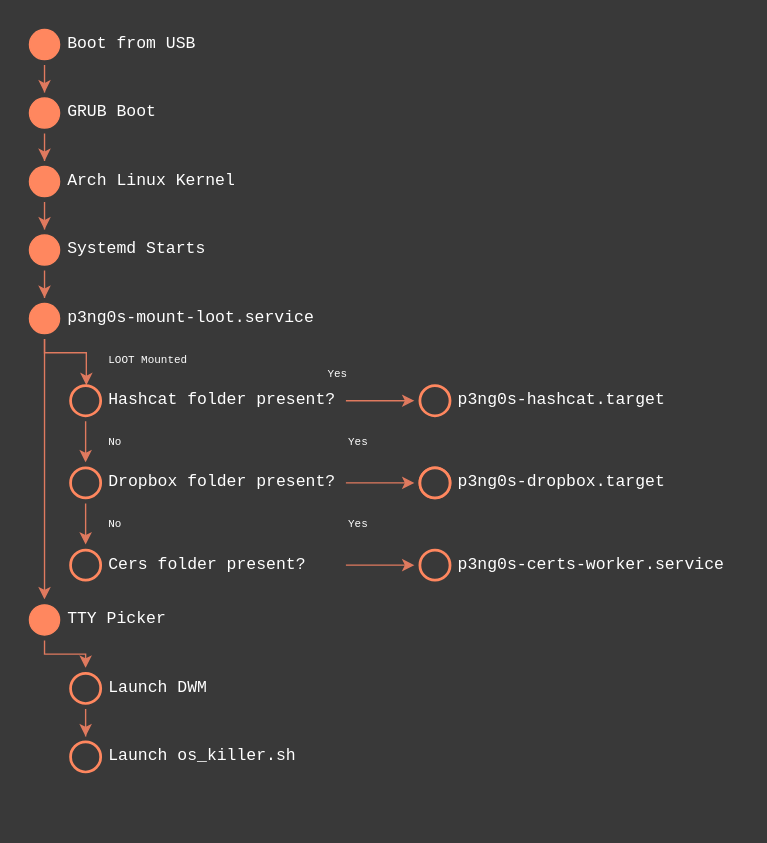
p3ng0s/.github keeps this draw.io diagram as systemd.drawio. Above is the earlier version. Source tidied: cells renumbered, new cells numbered last; positions are measured from the earlier drawing's top-left corner, leaving out a move shared by most shapes. Both pictures are drawn from the tidied source at 137%, with x=0, y=0 at pixel (23, 23).
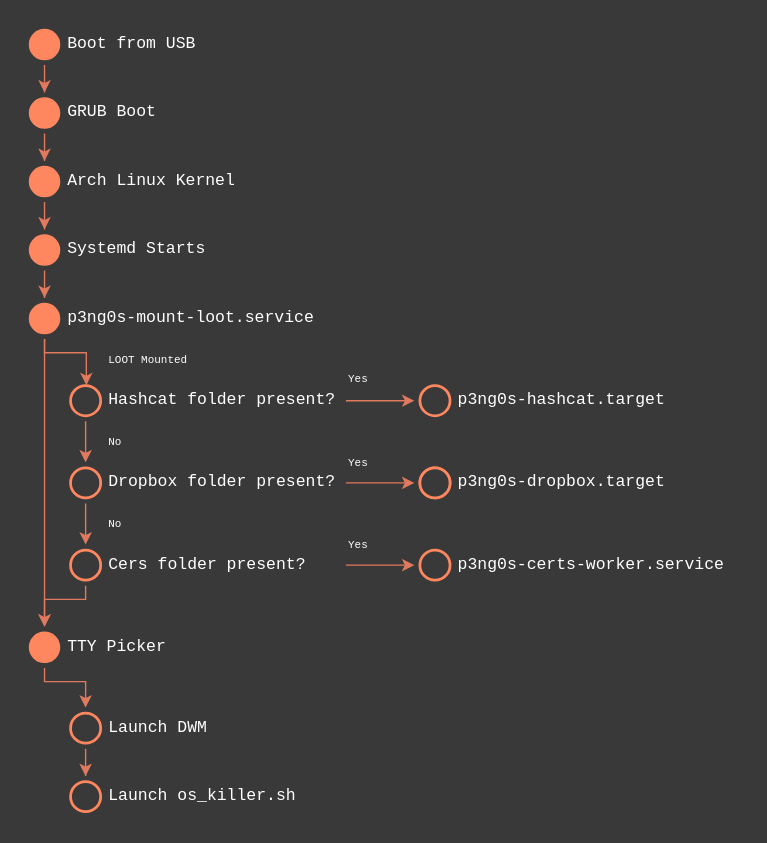
After the change.

Commit message (it also covers changes not shown here):
better diagram

Unchanged cells that the change refers to:
```xml
<mxCell id="32" style="ellipse;html=1;shape=startState;fillColor=light-dark(#393939,#B95230);strokeColor=#FF875F;strokeWidth=2;" parent="1" vertex="1">
  <mxGeometry x="30" y="380" width="30" height="30" as="geometry" />
</mxCell>
```

Change to the diagram source:
```diff
@@
     <mxCell id="24" value="Yes" style="text;html=1;whiteSpace=wrap;strokeColor=none;fillColor=none;align=left;verticalAlign=middle;rounded=0;fontFamily=Courier New;fontSize=8;fontColor=#FFFFFF;" parent="1" vertex="1">
-      <mxGeometry x="220" y="240" width="175" height="30" as="geometry" />
+      <mxGeometry x="235" y="244" width="175" height="30" as="geometry" />
     </mxCell>
@@
+    <mxCell id="50" style="edgeStyle=orthogonalEdgeStyle;rounded=0;jettySize=auto;html=1;entryX=0.5;entryY=0;entryDx=0;entryDy=0;strokeColor=#E07A5F;fontColor=#393C56;fillColor=#F2CC8F;" parent="1" edge="1" source="32" target="43">
+      <mxGeometry relative="1" as="geometry">
+        <Array as="points">
+          <mxPoint x="45" y="420" />
+          <mxPoint x="15" y="420" />
+        </Array>
+      </mxGeometry>
+    </mxCell>
@@
     <mxCell id="34" value="Yes" style="text;html=1;whiteSpace=wrap;strokeColor=none;fillColor=none;align=left;verticalAlign=middle;rounded=0;fontFamily=Courier New;fontSize=8;fontColor=#FFFFFF;" parent="1" vertex="1">
-      <mxGeometry x="235" y="290" width="175" height="30" as="geometry" />
+      <mxGeometry x="235" y="305" width="175" height="30" as="geometry" />
     </mxCell>
@@
     <mxCell id="40" value="Yes" style="text;html=1;whiteSpace=wrap;strokeColor=none;fillColor=none;align=left;verticalAlign=middle;rounded=0;fontFamily=Courier New;fontSize=8;fontColor=#FFFFFF;" parent="1" vertex="1">
-      <mxGeometry x="235" y="350" width="175" height="30" as="geometry" />
+      <mxGeometry x="235" y="365" width="175" height="30" as="geometry" />
     </mxCell>
@@
     <mxCell id="42" style="edgeStyle=orthogonalEdgeStyle;rounded=0;jettySize=auto;html=1;entryX=0.5;entryY=0;entryDx=0;entryDy=0;strokeColor=#E07A5F;fontColor=#393C56;fillColor=#F2CC8F;" parent="1" edge="1" source="43" target="46">
       <mxGeometry relative="1" as="geometry">
         <Array as="points">
-          <mxPoint x="15" y="460" />
-          <mxPoint x="45" y="460" />
+          <mxPoint x="15" y="480" />
+          <mxPoint x="45" y="480" />
         </Array>
       </mxGeometry>
     </mxCell>
     <mxCell id="43" style="ellipse;html=1;shape=startState;fillColor=#FF875F;strokeColor=#FF875F;" parent="1" vertex="1">
-      <mxGeometry y="420" width="30" height="30" as="geometry" />
+      <mxGeometry y="440" width="30" height="30" as="geometry" />
     </mxCell>
     <mxCell id="44" value="TTY Picker" style="text;html=1;whiteSpace=wrap;strokeColor=none;fillColor=none;align=left;verticalAlign=middle;rounded=0;fontFamily=Courier New;fontColor=#FFFFFF;" parent="1" vertex="1">
-      <mxGeometry x="30" y="420" width="220" height="30" as="geometry" />
+      <mxGeometry x="30" y="440" width="220" height="30" as="geometry" />
     </mxCell>
@@
     <mxCell id="46" style="ellipse;html=1;shape=startState;fillColor=light-dark(#393939,#B95230);strokeColor=#FF875F;strokeWidth=2;" parent="1" vertex="1">
-      <mxGeometry x="30" y="470" width="30" height="30" as="geometry" />
+      <mxGeometry x="30" y="499" width="30" height="30" as="geometry" />
     </mxCell>
     <mxCell id="47" style="ellipse;html=1;shape=startState;fillColor=light-dark(#393939,#B95230);strokeColor=#FF875F;strokeWidth=2;" parent="1" vertex="1">
-      <mxGeometry x="30" y="520" width="30" height="30" as="geometry" />
+      <mxGeometry x="30" y="549" width="30" height="30" as="geometry" />
     </mxCell>
     <mxCell id="48" value="Launch DWM" style="text;html=1;whiteSpace=wrap;strokeColor=none;fillColor=none;align=left;verticalAlign=middle;rounded=0;fontFamily=Courier New;fontColor=#FFFFFF;" parent="1" vertex="1">
-      <mxGeometry x="60" y="470" width="175" height="30" as="geometry" />
+      <mxGeometry x="60" y="499" width="175" height="30" as="geometry" />
     </mxCell>
     <mxCell id="49" value="Launch os_killer.sh" style="text;html=1;whiteSpace=wrap;strokeColor=none;fillColor=none;align=left;verticalAlign=middle;rounded=0;fontFamily=Courier New;fontColor=#FFFFFF;" parent="1" vertex="1">
-      <mxGeometry x="60" y="520" width="175" height="30" as="geometry" />
+      <mxGeometry x="60" y="549" width="175" height="30" as="geometry" />
     </mxCell>
```
